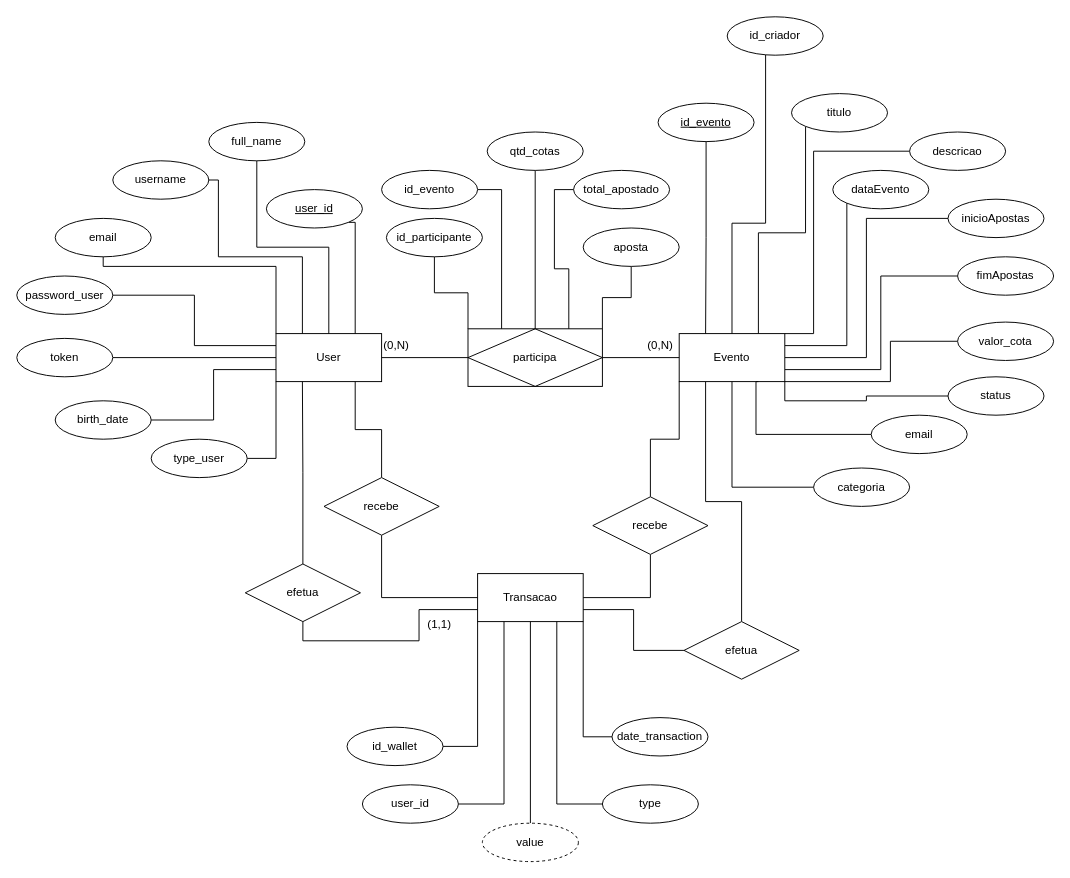
The draw.io diagram docs/modelagemPI.drawio in batista29/Footbet, before the edit. Source tidied: cells renumbered, new cells numbered last; positions are measured from the earlier drawing's top-left corner, leaving out a move shared by most shapes. Both pictures are drawn from the tidied source at 96%, with x=0, y=0 at pixel (16, 16).
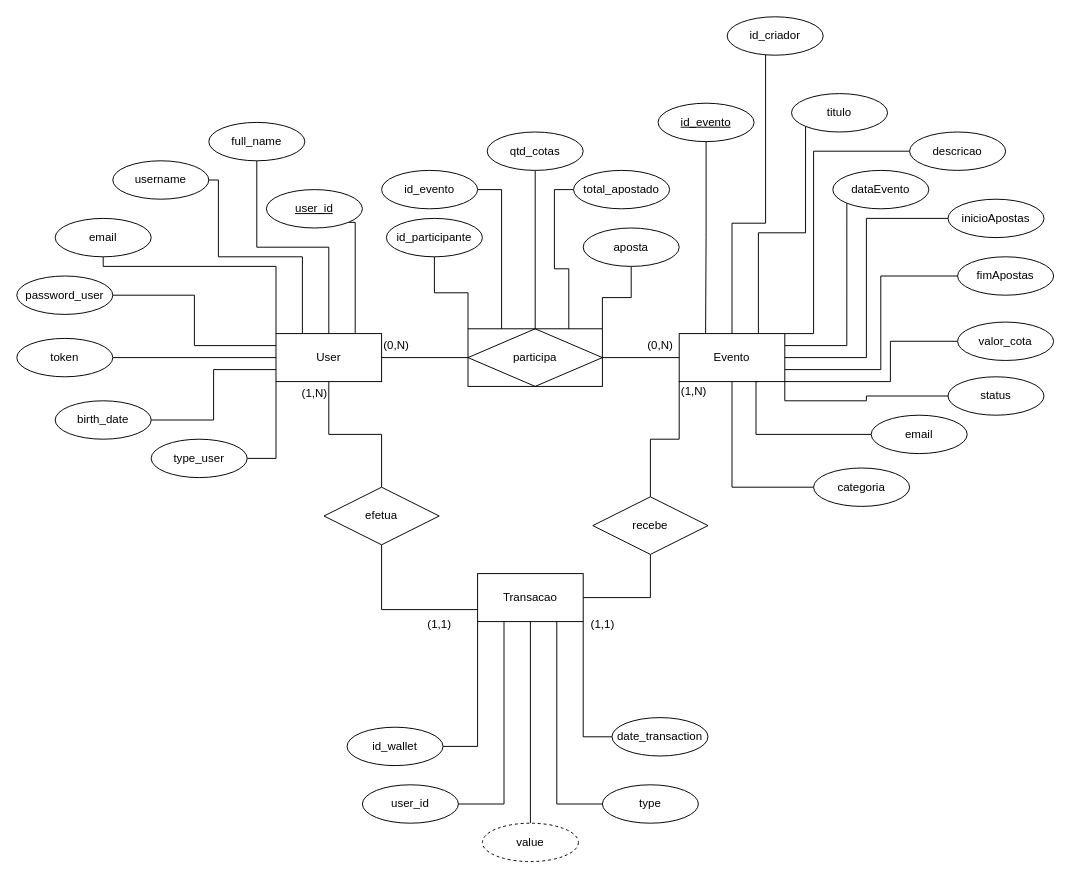
After the change.

Unchanged cells that the change refers to:
```xml
<mxCell id="2" value="User" style="html=1;whiteSpace=wrap;" parent="1" vertex="1">
  <mxGeometry x="270" y="330" width="110" height="50" as="geometry" />
</mxCell>
<mxCell id="3" value="Transacao" style="html=1;whiteSpace=wrap;" parent="1" vertex="1">
  <mxGeometry x="480" y="580" width="110" height="50" as="geometry" />
</mxCell>
<mxCell id="11" value="Evento" style="html=1;whiteSpace=wrap;" parent="1" vertex="1">
  <mxGeometry x="690" y="330" width="110" height="50" as="geometry" />
</mxCell>
```

The edit, as a diff of the source:
```diff
@@
-    <mxCell id="4" style="edgeStyle=orthogonalEdgeStyle;rounded=0;jettySize=auto;html=1;entryX=0.5;entryY=0;entryDx=0;entryDy=0;exitX=0.25;exitY=1;exitDx=0;exitDy=0;endArrow=none;endFill=0;" parent="1" edge="1" source="11" target="56">
-      <mxGeometry relative="1" as="geometry" />
-    </mxCell>
@@
-    <mxCell id="49" style="edgeStyle=orthogonalEdgeStyle;rounded=0;jettySize=auto;html=1;entryX=0.25;entryY=1;entryDx=0;entryDy=0;endArrow=none;endFill=0;" parent="1" edge="1" source="51" target="2">
+    <mxCell id="49" style="edgeStyle=orthogonalEdgeStyle;rounded=0;jettySize=auto;html=1;entryX=0.5;entryY=1;entryDx=0;entryDy=0;endArrow=none;endFill=0;" parent="1" edge="1" source="51" target="2">
       <mxGeometry relative="1" as="geometry" />
     </mxCell>
@@
     <mxCell id="51" value="efetua" style="shape=rhombus;perimeter=rhombusPerimeter;whiteSpace=wrap;html=1;align=center;" parent="1" vertex="1">
-      <mxGeometry x="238" y="570" width="120" height="60" as="geometry" />
+      <mxGeometry x="320" y="490" width="120" height="60" as="geometry" />
     </mxCell>
-    <mxCell id="52" style="edgeStyle=orthogonalEdgeStyle;rounded=0;jettySize=auto;html=1;entryX=0.75;entryY=1;entryDx=0;entryDy=0;endArrow=none;endFill=0;" parent="1" edge="1" source="54" target="2">
-      <mxGeometry relative="1" as="geometry" />
-    </mxCell>
-    <mxCell id="53" style="edgeStyle=orthogonalEdgeStyle;rounded=0;jettySize=auto;html=1;entryX=0;entryY=0.5;entryDx=0;entryDy=0;exitX=0.5;exitY=1;exitDx=0;exitDy=0;endArrow=none;endFill=0;" parent="1" edge="1" source="54" target="3">
-      <mxGeometry relative="1" as="geometry" />
-    </mxCell>
-    <mxCell id="54" value="recebe" style="shape=rhombus;perimeter=rhombusPerimeter;whiteSpace=wrap;html=1;align=center;" parent="1" vertex="1">
-      <mxGeometry x="320" y="480" width="120" height="60" as="geometry" />
-    </mxCell>
-    <mxCell id="55" style="edgeStyle=orthogonalEdgeStyle;rounded=0;jettySize=auto;html=1;entryX=1;entryY=0.75;entryDx=0;entryDy=0;endArrow=none;endFill=0;" parent="1" edge="1" source="56" target="3">
-      <mxGeometry relative="1" as="geometry" />
-    </mxCell>
-    <mxCell id="56" value="efetua" style="shape=rhombus;perimeter=rhombusPerimeter;whiteSpace=wrap;html=1;align=center;" parent="1" vertex="1">
-      <mxGeometry x="695" y="630" width="120" height="60" as="geometry" />
-    </mxCell>
@@
+    <mxCell id="81" value="(1,1)" style="text;html=1;align=center;verticalAlign=middle;strokeColor=none;fillColor=none;" parent="1" vertex="1">
+      <mxGeometry x="585" y="618" width="50" height="30" as="geometry" />
+    </mxCell>
+    <mxCell id="82" value="(1,N)" style="text;html=1;align=center;verticalAlign=middle;strokeColor=none;fillColor=none;" parent="1" vertex="1">
+      <mxGeometry x="680" y="375" width="50" height="30" as="geometry" />
+    </mxCell>
+    <mxCell id="83" value="(1,N)" style="text;html=1;align=center;verticalAlign=middle;strokeColor=none;fillColor=none;" parent="1" vertex="1">
+      <mxGeometry x="285" y="378" width="50" height="30" as="geometry" />
+    </mxCell>
```
